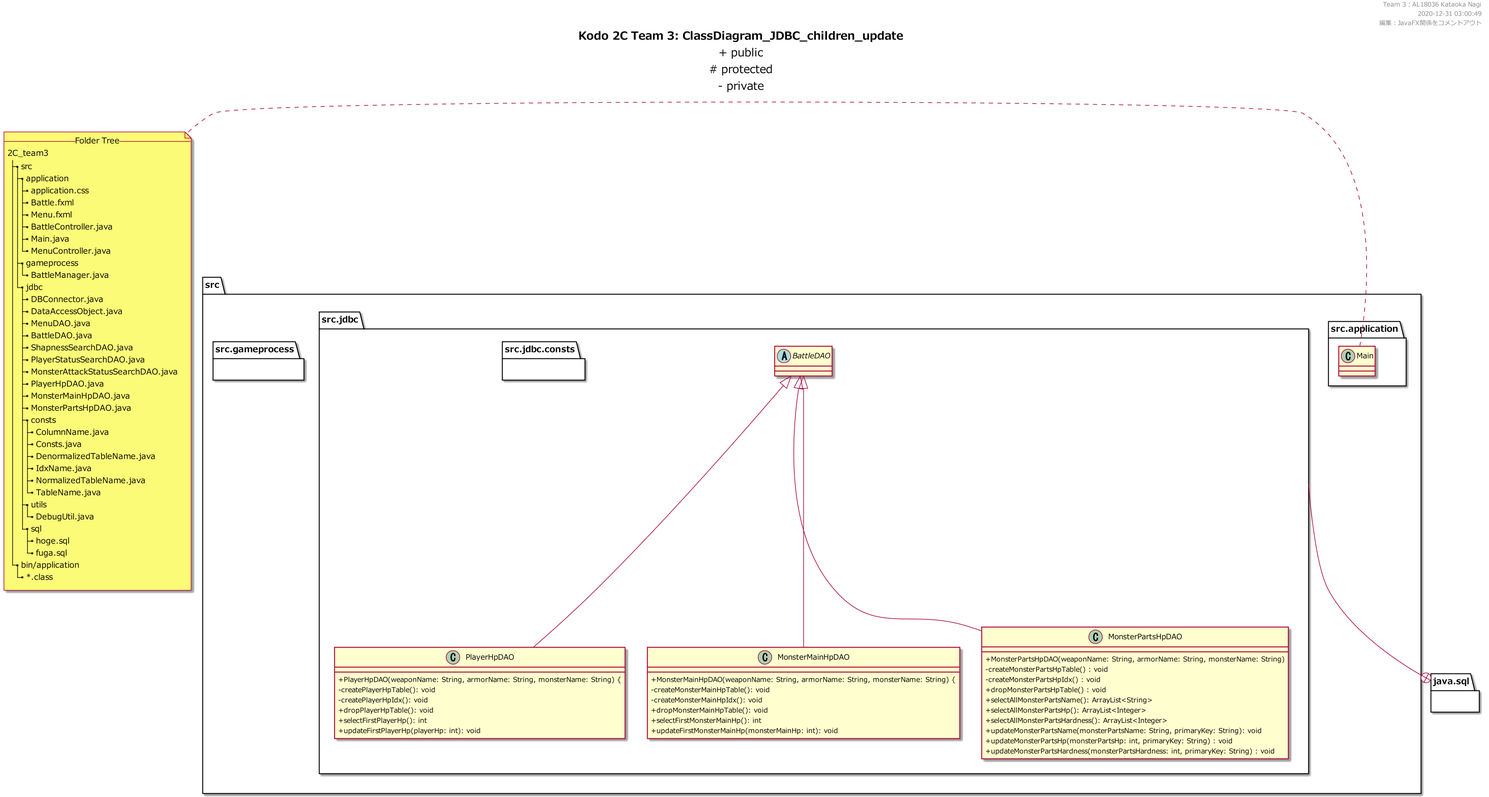
KataokaNagi/2C_team3 keeps this PlantUML diagram as uml/out/ClassDiagram_JDBC_children_update.png. Above is the earlier version.
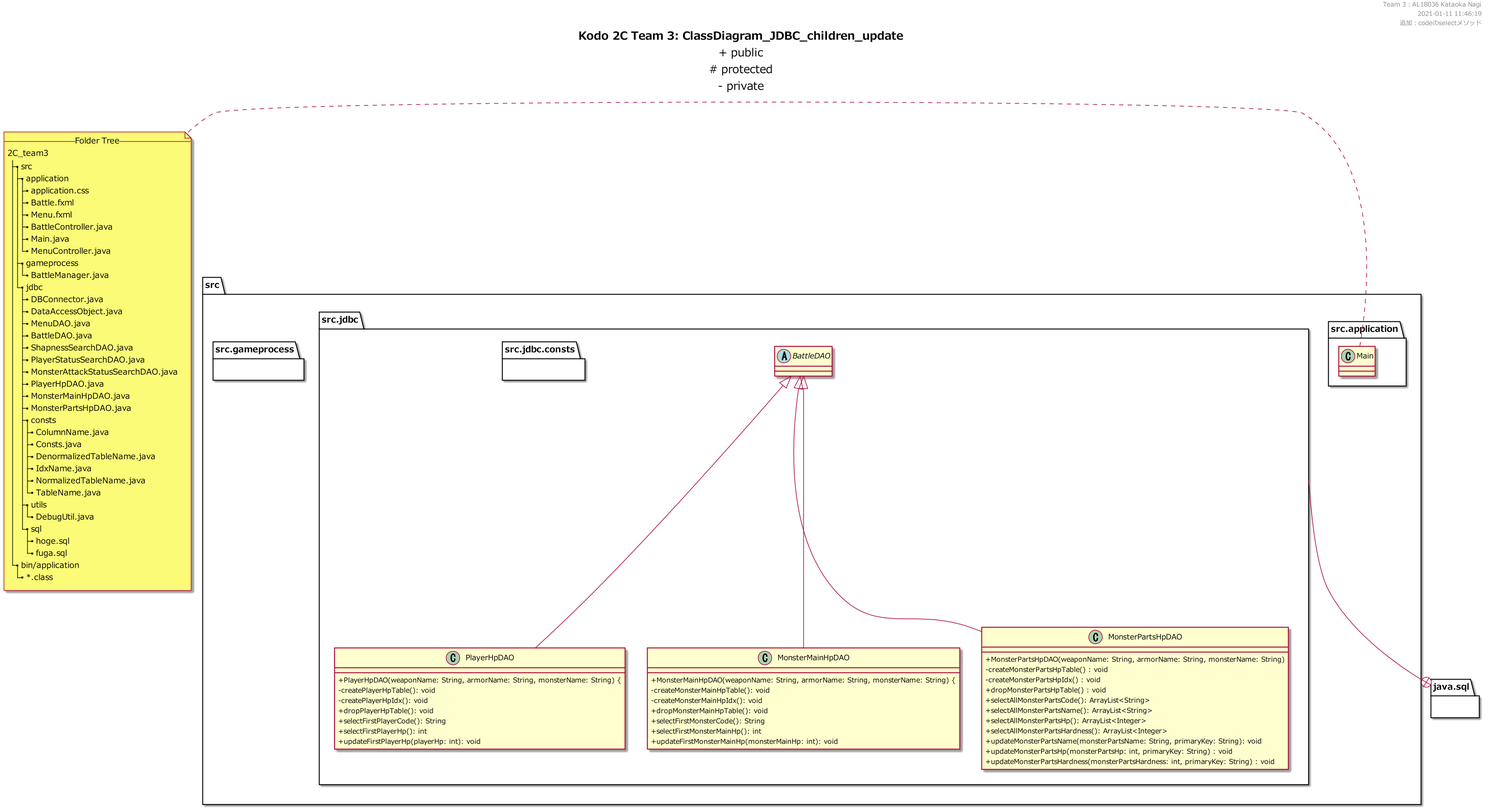
The same diagram one commit later.

Commit message:
クラス図：codeのselectメソッドの追加

The edit, as a diff of the source:
```diff
@@ -6,8 +6,8 @@
 
 header
 Team 3 : AL18036 Kataoka Nagi
-2020-12-31 03:00:49
-編集：JavaFX関係をコメントアウト
+2021-01-11 11:46:19
+追加：codeのselectメソッド
 end header
 
 
@@ -106,6 +106,7 @@
     - createPlayerHpTable(): void
     - createPlayerHpIdx(): void
     + dropPlayerHpTable(): void
+    + selectFirstPlayerCode(): String
     + selectFirstPlayerHp(): int
     + updateFirstPlayerHp(playerHp: int): void
   }
@@ -116,6 +117,7 @@
     - createMonsterMainHpTable(): void
     - createMonsterMainHpIdx(): void
     + dropMonsterMainHpTable(): void
+    + selectFirstMonsterCode(): String
     + selectFirstMonsterMainHp(): int
     + updateFirstMonsterMainHp(monsterMainHp: int): void
   }
@@ -126,6 +128,7 @@
     - createMonsterPartsHpTable() : void
     - createMonsterPartsHpIdx() : void
     + dropMonsterPartsHpTable() : void
+    + selectAllMonsterPartsCode(): ArrayList<String>
     + selectAllMonsterPartsName(): ArrayList<String>
     + selectAllMonsterPartsHp(): ArrayList<Integer>
     + selectAllMonsterPartsHardness(): ArrayList<Integer>
```
